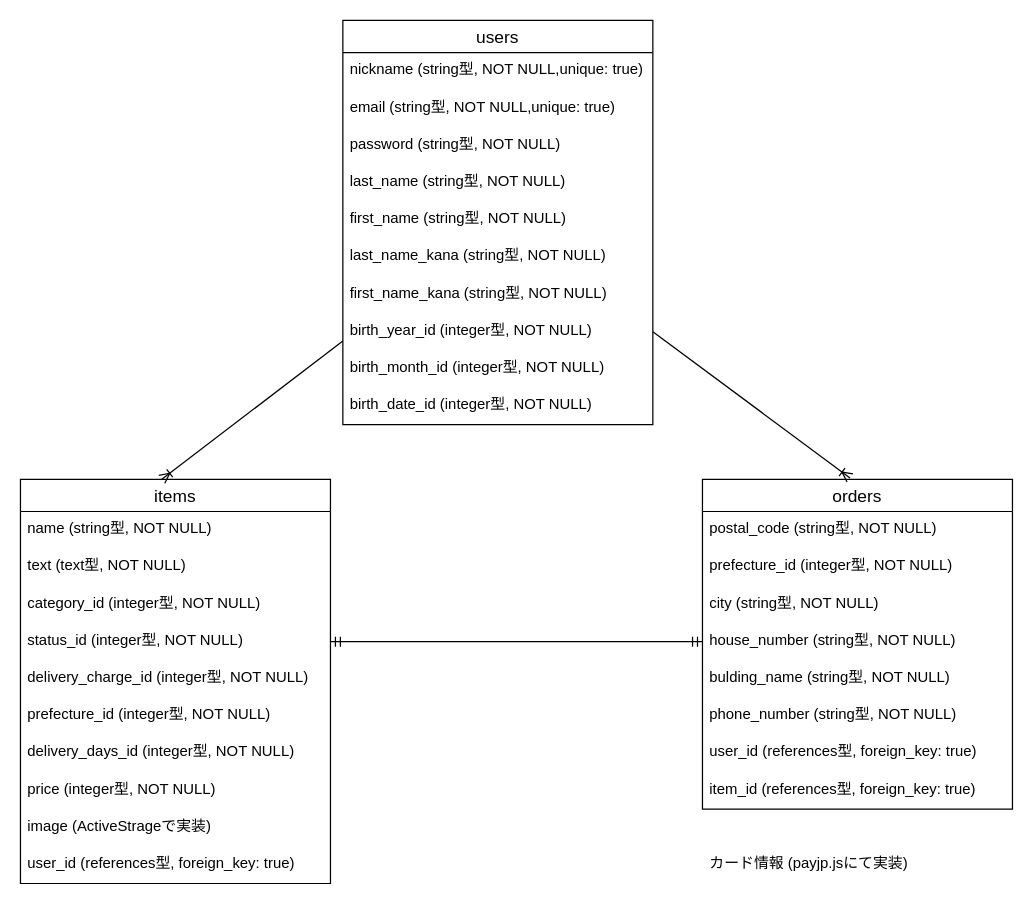
Earlier version of the draw.io diagram furimaER.dio (Harano0512/furima-35536). Source tidied: cells renumbered, new cells numbered last; positions are measured from the earlier drawing's top-left corner, leaving out a move shared by most shapes. Both pictures are drawn from the tidied source at 124%, with x=0, y=0 at pixel (20, 20).
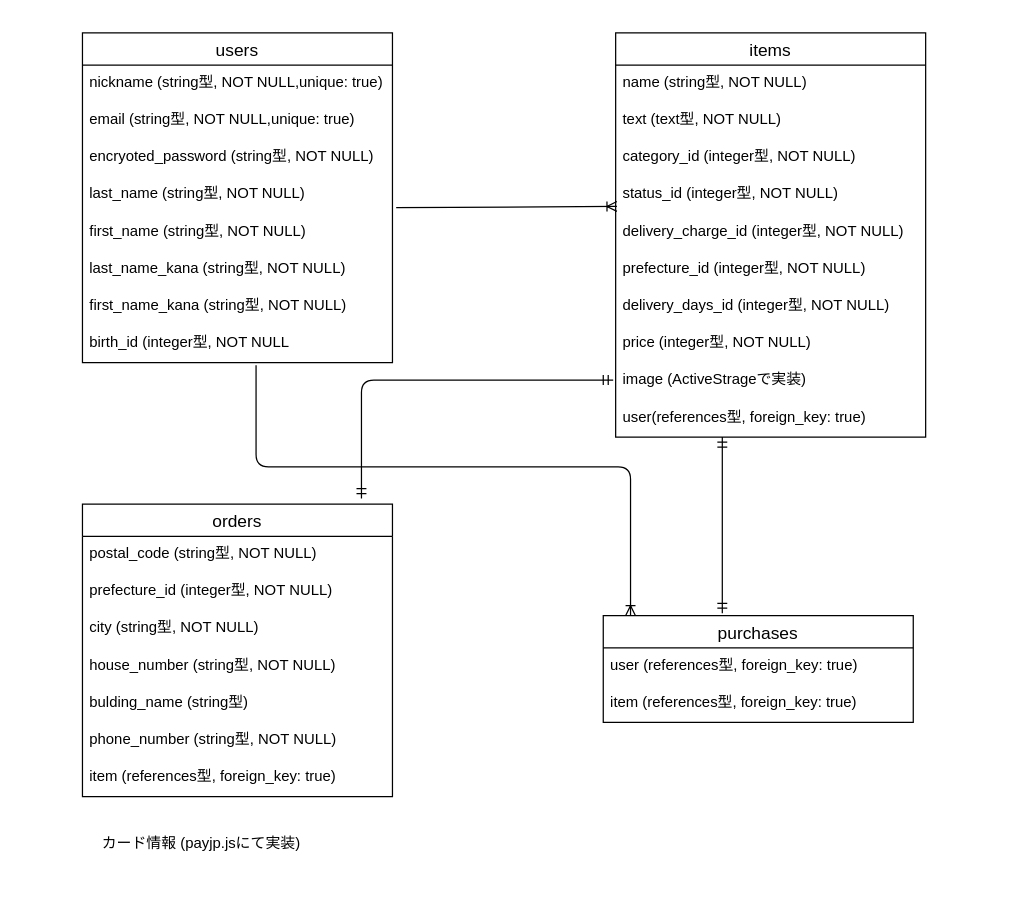
After the change.

The change refers to these unchanged cells:
```xml
<mxCell id="6" value="last_name (string型, NOT NULL)" style="text;strokeColor=none;fillColor=none;spacingLeft=4;spacingRight=4;overflow=hidden;points=[[0,0.5],[1,0.5]];portConstraint=eastwest;fontSize=12;" parent="2" vertex="1">
  <mxGeometry y="116" width="250" height="30" as="geometry" />
</mxCell>
<mxCell id="17" value="status_id (integer型, NOT NULL)" style="text;strokeColor=none;fillColor=none;spacingLeft=4;spacingRight=4;overflow=hidden;points=[[0,0.5],[1,0.5]];portConstraint=eastwest;fontSize=12;" parent="13" vertex="1">
  <mxGeometry y="116" width="250" height="30" as="geometry" />
</mxCell>
<mxCell id="28" value="house_number (string型, NOT NULL)" style="text;strokeColor=none;fillColor=none;spacingLeft=4;spacingRight=4;overflow=hidden;points=[[0,0.5],[1,0.5]];portConstraint=eastwest;fontSize=12;" parent="24" vertex="1">
  <mxGeometry y="116" width="250" height="30" as="geometry" />
</mxCell>
```

What changed in the source:
```diff
@@
     <mxCell id="2" value="users" style="swimlane;fontStyle=0;horizontal=1;startSize=26;align=center;fontSize=14;" parent="1" vertex="1">
-      <mxGeometry x="260" width="250" height="326" as="geometry" />
+      <mxGeometry x="50" y="10" width="250" height="266" as="geometry" />
     </mxCell>
@@
-    <mxCell id="5" value="password (string型, NOT NULL)" style="text;strokeColor=none;fillColor=none;spacingLeft=4;spacingRight=4;overflow=hidden;fontSize=12;" parent="2" vertex="1">
+    <mxCell id="5" value="encryoted_password (string型, NOT NULL)" style="text;strokeColor=none;fillColor=none;spacingLeft=4;spacingRight=4;overflow=hidden;fontSize=12;" parent="2" vertex="1">
       <mxGeometry y="86" width="250" height="30" as="geometry" />
     </mxCell>
@@
-    <mxCell id="10" value="birth_year_id (integer型, NOT NULL)" style="text;strokeColor=none;fillColor=none;spacingLeft=4;spacingRight=4;overflow=hidden;points=[[0,0.5],[1,0.5]];portConstraint=eastwest;fontSize=12;" parent="2" vertex="1">
+    <mxCell id="10" value="birth_id (integer型, NOT NULL" style="text;strokeColor=none;fillColor=none;spacingLeft=4;spacingRight=4;overflow=hidden;points=[[0,0.5],[1,0.5]];portConstraint=eastwest;fontSize=12;" parent="2" vertex="1">
       <mxGeometry y="236" width="250" height="30" as="geometry" />
     </mxCell>
-    <mxCell id="11" value="birth_month_id (integer型, NOT NULL)" style="text;strokeColor=none;fillColor=none;spacingLeft=4;spacingRight=4;overflow=hidden;fontSize=12;" parent="2" vertex="1">
-      <mxGeometry y="266" width="250" height="30" as="geometry" />
-    </mxCell>
-    <mxCell id="12" value="birth_date_id (integer型, NOT NULL)" style="text;strokeColor=none;fillColor=none;spacingLeft=4;spacingRight=4;overflow=hidden;fontSize=12;" parent="2" vertex="1">
-      <mxGeometry y="296" width="250" height="30" as="geometry" />
-    </mxCell>
     <mxCell id="13" value="items" style="swimlane;fontStyle=0;horizontal=1;startSize=26;align=center;fontSize=14;" parent="1" vertex="1">
-      <mxGeometry y="370" width="250" height="326" as="geometry" />
+      <mxGeometry x="480" y="10" width="250" height="326" as="geometry" />
     </mxCell>
@@
-    <mxCell id="23" value="user_id (references型, foreign_key: true)" style="text;strokeColor=none;fillColor=none;spacingLeft=4;spacingRight=4;overflow=hidden;points=[[0,0.5],[1,0.5]];portConstraint=eastwest;fontSize=12;" parent="13" vertex="1">
+    <mxCell id="23" value="user(references型, foreign_key: true)" style="text;strokeColor=none;fillColor=none;spacingLeft=4;spacingRight=4;overflow=hidden;points=[[0,0.5],[1,0.5]];portConstraint=eastwest;fontSize=12;" parent="13" vertex="1">
       <mxGeometry y="296" width="250" height="30" as="geometry" />
     </mxCell>
     <mxCell id="24" value="orders" style="swimlane;fontStyle=0;horizontal=1;startSize=26;align=center;fontSize=14;" parent="1" vertex="1">
-      <mxGeometry x="550" y="370" width="250" height="266" as="geometry" />
+      <mxGeometry x="50" y="390" width="250" height="236" as="geometry" />
     </mxCell>
@@
-    <mxCell id="29" value="bulding_name (string型, NOT NULL)" style="text;strokeColor=none;fillColor=none;spacingLeft=4;spacingRight=4;overflow=hidden;fontSize=12;" parent="24" vertex="1">
+    <mxCell id="29" value="bulding_name (string型)" style="text;strokeColor=none;fillColor=none;spacingLeft=4;spacingRight=4;overflow=hidden;fontSize=12;" parent="24" vertex="1">
       <mxGeometry y="146" width="250" height="30" as="geometry" />
     </mxCell>
@@
-    <mxCell id="31" value="user_id (references型, foreign_key: true)" style="text;strokeColor=none;fillColor=none;spacingLeft=4;spacingRight=4;overflow=hidden;fontSize=12;" parent="24" vertex="1">
-      <mxGeometry y="206" width="250" height="30" as="geometry" />
-    </mxCell>
-    <mxCell id="32" value="item_id (references型, foreign_key: true)" style="text;strokeColor=none;fillColor=none;spacingLeft=4;spacingRight=4;overflow=hidden;fontSize=12;" parent="24" vertex="1">
-      <mxGeometry y="236" width="250" height="30" as="geometry" />
+    <mxCell id="32" value="item (references型, foreign_key: true)" style="text;strokeColor=none;fillColor=none;spacingLeft=4;spacingRight=4;overflow=hidden;fontSize=12;" parent="24" vertex="1">
+      <mxGeometry y="206" width="250" height="30" as="geometry" />
     </mxCell>
-    <mxCell id="33" style="fontSize=12;html=1;endArrow=ERmandOne;startArrow=ERmandOne;entryX=0;entryY=0.5;entryDx=0;entryDy=0;exitX=1;exitY=0.5;exitDx=0;exitDy=0;" parent="1" edge="1" source="17" target="28">
-      <mxGeometry relative="1" as="geometry" />
+    <mxCell id="33" style="fontSize=12;html=1;endArrow=ERmandOne;startArrow=ERmandOne;exitX=0.9;exitY=-0.019;exitDx=0;exitDy=0;exitPerimeter=0;edgeStyle=orthogonalEdgeStyle;" parent="1" edge="1" source="24">
+      <mxGeometry relative="1" as="geometry">
+        <mxPoint x="478" y="290" as="targetPoint" />
+        <Array as="points">
+          <mxPoint x="275" y="290" />
+        </Array>
+      </mxGeometry>
     </mxCell>
-    <mxCell id="34" style="fontSize=12;html=1;endArrow=ERoneToMany;entryX=0.456;entryY=0;entryDx=0;entryDy=0;entryPerimeter=0;" parent="1" edge="1" source="2" target="13">
+    <mxCell id="34" style="fontSize=12;html=1;endArrow=ERoneToMany;entryX=0.004;entryY=0.8;entryDx=0;entryDy=0;entryPerimeter=0;exitX=1.012;exitY=0.833;exitDx=0;exitDy=0;exitPerimeter=0;" parent="1" edge="1" source="6" target="17">
       <mxGeometry relative="1" as="geometry" />
     </mxCell>
-    <mxCell id="35" style="fontSize=12;html=1;endArrow=ERoneToMany;entryX=0.476;entryY=-0.004;entryDx=0;entryDy=0;entryPerimeter=0;exitX=1;exitY=0.5;exitDx=0;exitDy=0;" parent="1" edge="1" source="10" target="24">
-      <mxGeometry relative="1" as="geometry" />
+    <mxCell id="35" style="fontSize=12;html=1;endArrow=ERoneToMany;entryX=0.088;entryY=0;entryDx=0;entryDy=0;edgeStyle=orthogonalEdgeStyle;entryPerimeter=0;" parent="1" edge="1" target="37">
+      <mxGeometry relative="1" as="geometry">
+        <mxPoint x="190" y="278" as="sourcePoint" />
+        <Array as="points">
+          <mxPoint x="190" y="360" />
+          <mxPoint x="492" y="360" />
+        </Array>
+      </mxGeometry>
     </mxCell>
     <mxCell id="36" value="カード情報 (payjp.jsにて実装)" style="text;strokeColor=none;fillColor=none;spacingLeft=4;spacingRight=4;overflow=hidden;fontSize=12;" parent="1" vertex="1">
-      <mxGeometry x="550" y="666" width="250" height="30" as="geometry" />
+      <mxGeometry x="60" y="650" width="250" height="30" as="geometry" />
     </mxCell>
+    <mxCell id="37" value="purchases" style="swimlane;fontStyle=0;horizontal=1;startSize=26;align=center;fontSize=14;" parent="1" vertex="1">
+      <mxGeometry x="470" y="480" width="250" height="86" as="geometry" />
+    </mxCell>
+    <mxCell id="38" value="user (references型, foreign_key: true)" style="text;strokeColor=none;fillColor=none;spacingLeft=4;spacingRight=4;overflow=hidden;fontSize=12;" parent="37" vertex="1">
+      <mxGeometry y="26" width="250" height="30" as="geometry" />
+    </mxCell>
+    <mxCell id="39" value="item (references型, foreign_key: true)" style="text;strokeColor=none;fillColor=none;spacingLeft=4;spacingRight=4;overflow=hidden;fontSize=12;" parent="37" vertex="1">
+      <mxGeometry y="56" width="250" height="30" as="geometry" />
+    </mxCell>
+    <mxCell id="40" style="fontSize=12;html=1;endArrow=ERmandOne;startArrow=ERmandOne;exitX=0.384;exitY=-0.023;exitDx=0;exitDy=0;exitPerimeter=0;entryX=0.344;entryY=1;entryDx=0;entryDy=0;entryPerimeter=0;" parent="1" edge="1" source="37" target="23">
+      <mxGeometry relative="1" as="geometry" />
+    </mxCell>
```
